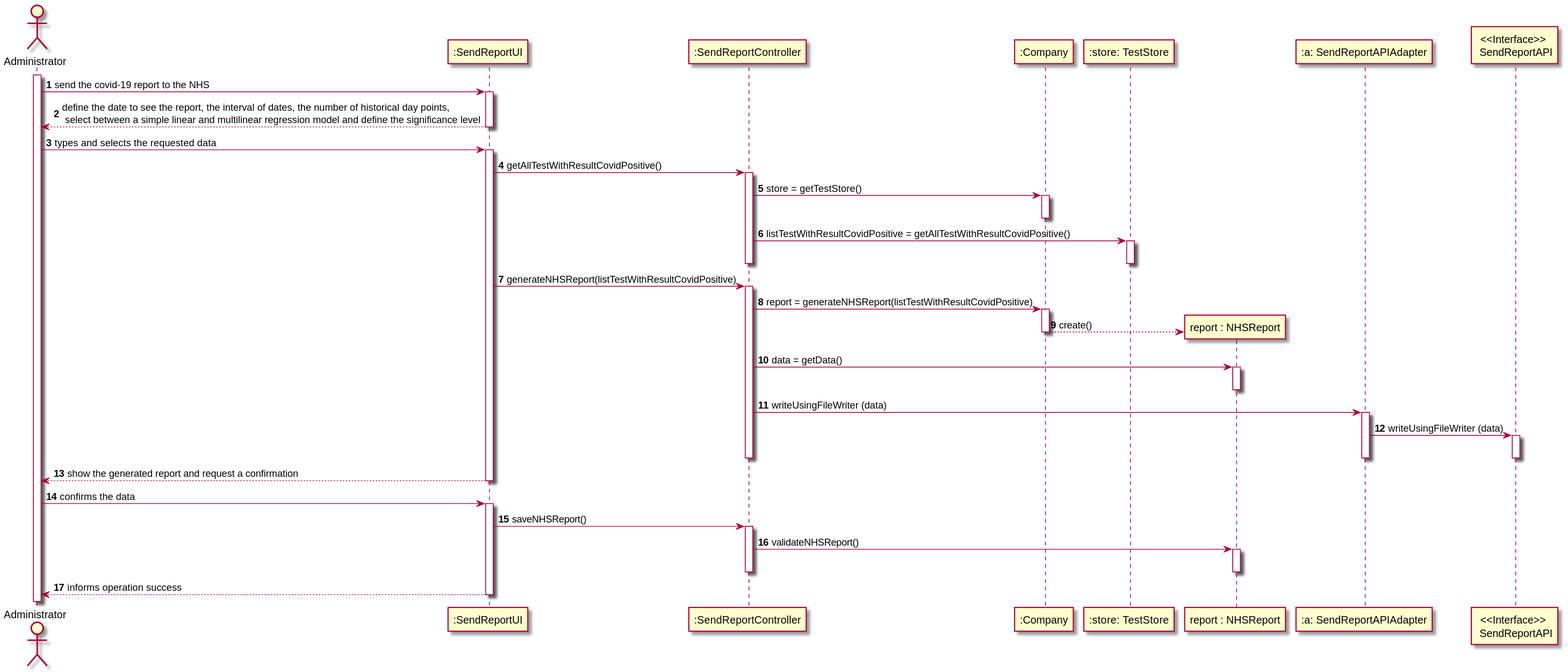
Above: docs/SprintD/US18/US18-SD.svg in 0franciscor/lei-21-s2-1de-g19 (PlantUML), before the change.
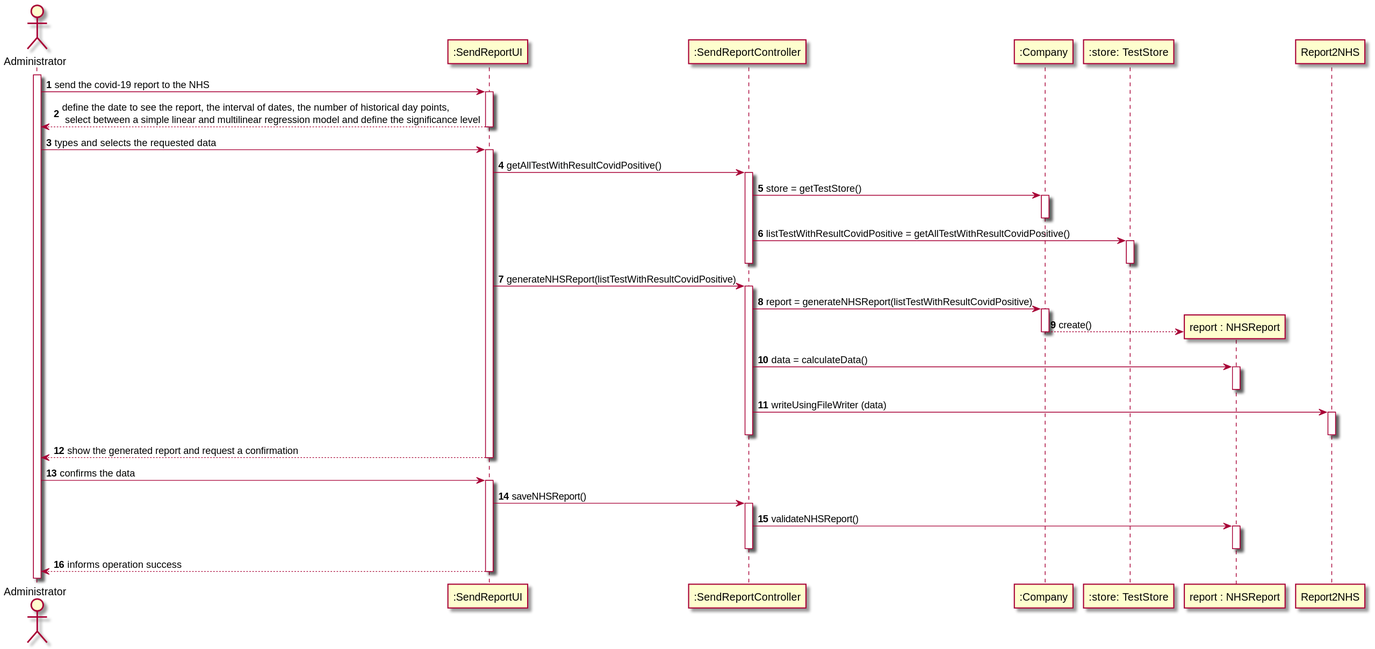
After the change.

Diff of the diagram source:
```diff
@@ -37,20 +37,15 @@
 
 deactivate ":Company"
 
-":SendReportController" -> "report : NHSReport": data = getData()
+":SendReportController" -> "report : NHSReport": data = calculateData()
 activate "report : NHSReport"
 deactivate "report : NHSReport"
 
-":SendReportController" -> ":a: SendReportAPIAdapter": writeUsingFileWriter (data)
+":SendReportController" -> "Report2NHS": writeUsingFileWriter (data)
 
-activate ":a: SendReportAPIAdapter"
+activate "Report2NHS"
 
-":a: SendReportAPIAdapter" -> "<<Interface>> \n SendReportAPI": writeUsingFileWriter (data)
-
-activate "<<Interface>> \n SendReportAPI"
-deactivate "<<Interface>> \n SendReportAPI"
-
-deactivate ":a: SendReportAPIAdapter"
+deactivate "Report2NHS"
 
 deactivate ":SendReportController"
 
```
